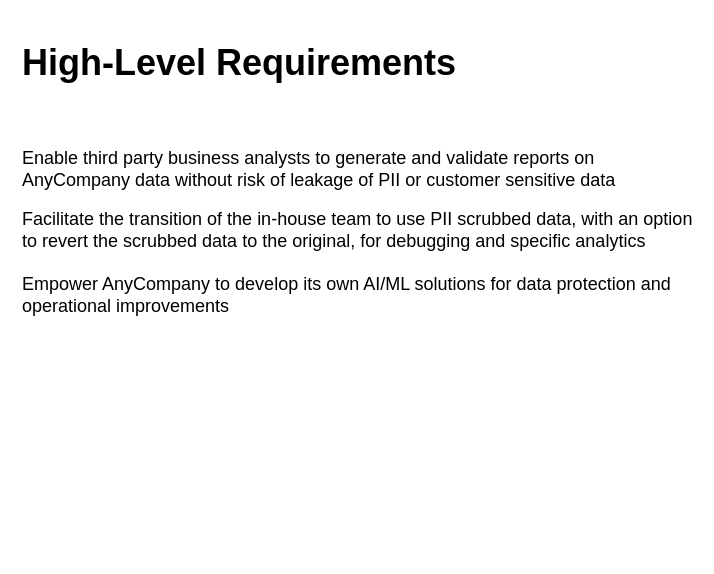
The draw.io diagram page "H-L Reqs." (2 of 7) of AB2 - 2022-12-04-v1.drawio in fotoby/ab3, before the edit. Source tidied: cells renumbered, new cells numbered last; positions are measured from the earlier drawing's top-left corner, leaving out a move shared by most shapes. Both pictures are drawn from the tidied source at 100%, with x=0, y=0 at pixel (17, 27).
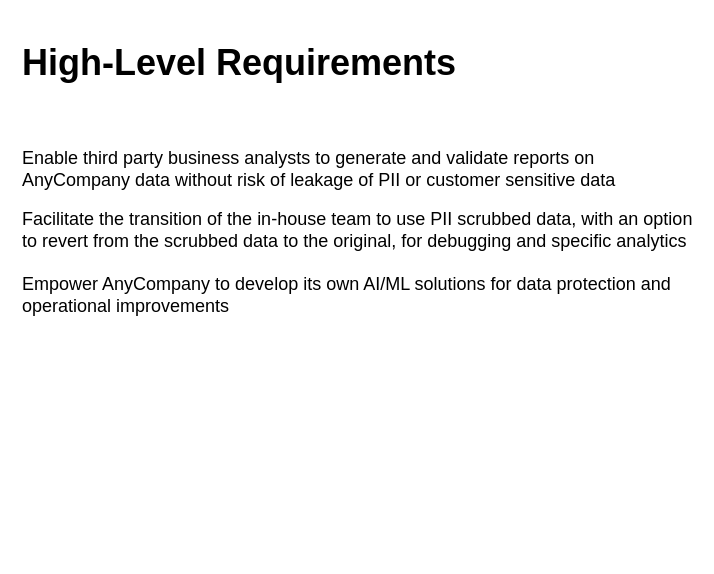
The same diagram, later.

What changed in the source:
```diff
@@
 <mxGraphModel>
   <root>
     <mxCell id="0" />
     <mxCell id="1" parent="0" />
-    <mxCell id="2" value="&lt;h1&gt;High-Level Requirements&lt;/h1&gt;&lt;p&gt;&lt;b&gt;&lt;br&gt;&lt;/b&gt;&lt;/p&gt;&lt;p&gt;Enable third party business analysts to generate and validate reports on AnyCompany data without risk of leakage of PII or customer sensitive data&lt;br&gt;&lt;/p&gt;&lt;p&gt;&lt;/p&gt;Facilitate the transition of the in-house team to use PII scrubbed data, with an option to revert the scrubbed data to the original, for debugging and specific analytics&lt;br&gt;&lt;br&gt;Empower AnyCompany to develop its own AI/ML solutions for data protection and operational improvements&lt;br&gt;&lt;br&gt;&lt;br&gt;&lt;p&gt;&lt;/p&gt;" style="text;html=1;strokeColor=none;fillColor=none;spacing=5;spacingTop=-20;whiteSpace=wrap;overflow=hidden;rounded=0;shadow=0;labelBorderColor=none;fontSize=18;fontColor=#000000;" parent="1" vertex="1">
+    <mxCell id="2" value="&lt;h1&gt;High-Level Requirements&lt;/h1&gt;&lt;p&gt;&lt;b&gt;&lt;br&gt;&lt;/b&gt;&lt;/p&gt;&lt;p&gt;Enable third party business analysts to generate and validate reports on AnyCompany data without risk of leakage of PII or customer sensitive data&lt;br&gt;&lt;/p&gt;&lt;p&gt;&lt;/p&gt;Facilitate the transition of the in-house team to use PII scrubbed data, with an option to revert from the scrubbed data to the original, for debugging and specific analytics&lt;br&gt;&lt;br&gt;Empower AnyCompany to develop its own AI/ML solutions for data protection and operational improvements&lt;br&gt;&lt;br&gt;&lt;br&gt;&lt;p&gt;&lt;/p&gt;" style="text;html=1;strokeColor=none;fillColor=none;spacing=5;spacingTop=-20;whiteSpace=wrap;overflow=hidden;rounded=0;shadow=0;labelBorderColor=none;fontSize=18;fontColor=#000000;" parent="1" vertex="1">
       <mxGeometry width="680" height="530" as="geometry" />
     </mxCell>
   </root>
 </mxGraphModel>
```
